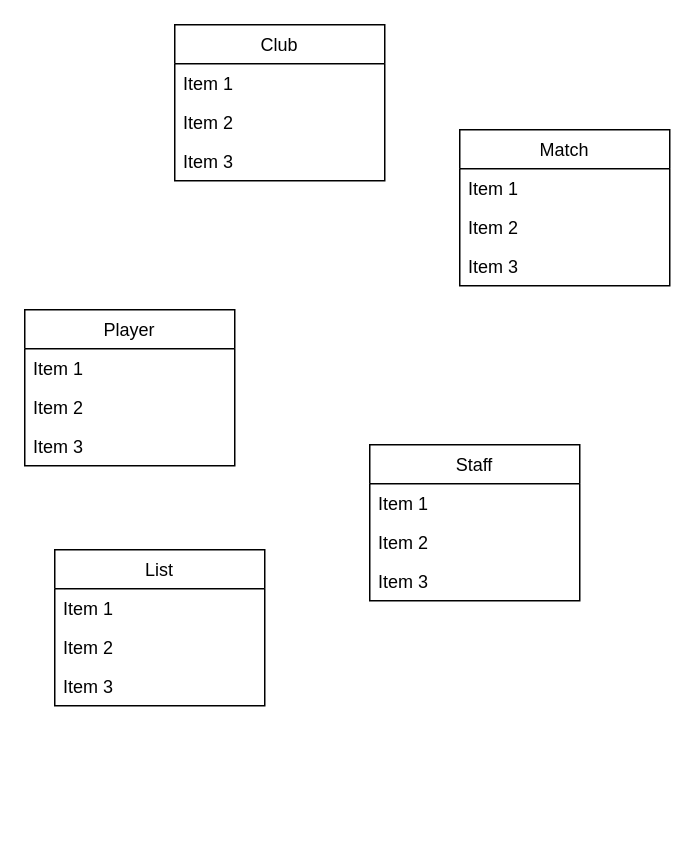
Above: er-diagram/er-diagram.drawio in kuchyx/EDABA-LAB (draw.io), before the change. Source tidied: cells renumbered, new cells numbered last; positions are measured from the earlier drawing's top-left corner, leaving out a move shared by most shapes. Both pictures are drawn from the tidied source at 150%, with x=0, y=0 at pixel (24, 24).
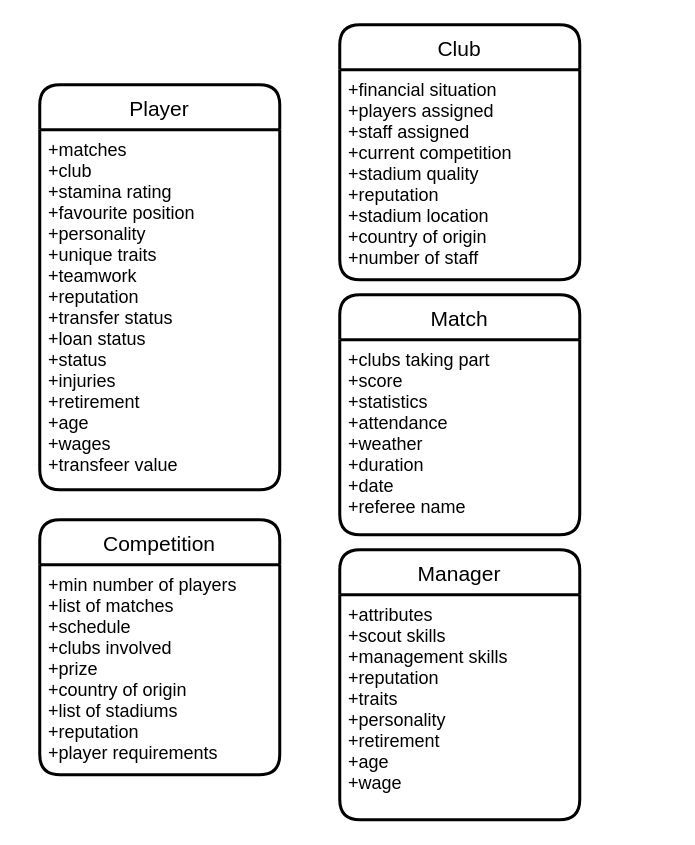
Above is the later version.

The edit, as a diff of the source:
```diff
@@
-    <mxCell id="2" value="Player" style="swimlane;fontStyle=0;horizontal=1;startSize=26;fillColor=none;" parent="1" vertex="1">
-      <mxGeometry y="190" width="140" height="104" as="geometry" />
+    <mxCell id="2" value="Player" style="swimlane;horizontal=1;startSize=30;rounded=1;fontSize=14;fontStyle=0;strokeWidth=2;shadow=0;dashed=0;align=center;" parent="1" vertex="1">
+      <mxGeometry x="10" y="40" width="160" height="270" as="geometry" />
     </mxCell>
-    <mxCell id="3" value="Item 1" style="text;strokeColor=none;fillColor=none;align=left;verticalAlign=top;spacingLeft=4;spacingRight=4;overflow=hidden;" parent="2" vertex="1">
-      <mxGeometry y="26" width="140" height="26" as="geometry" />
-    </mxCell>
-    <mxCell id="4" value="Item 2" style="text;strokeColor=none;fillColor=none;align=left;verticalAlign=top;spacingLeft=4;spacingRight=4;overflow=hidden;" parent="2" vertex="1">
-      <mxGeometry y="52" width="140" height="26" as="geometry" />
-    </mxCell>
-    <mxCell id="5" value="Item 3" style="text;strokeColor=none;fillColor=none;align=left;verticalAlign=top;spacingLeft=4;spacingRight=4;overflow=hidden;" parent="2" vertex="1">
-      <mxGeometry y="78" width="140" height="26" as="geometry" />
-    </mxCell>
+    <mxCell id="22" value="+matches&#10;+club&#10;+stamina rating&#10;+favourite position&#10;+personality&#10;+unique traits&#10;+teamwork&#10;+reputation&#10;+transfer status&#10;+loan status&#10;+status&#10;+injuries&#10;+retirement&#10;+age&#10;+wages&#10;+transfeer value" style="align=left;strokeColor=none;fillColor=none;spacingLeft=4;fontSize=12;verticalAlign=top;" parent="2" vertex="1">
+      <mxGeometry y="30" width="160" height="240" as="geometry" />
+    </mxCell>
-    <mxCell id="6" value="Club" style="swimlane;fontStyle=0;horizontal=1;startSize=26;fillColor=none;" parent="1" vertex="1">
-      <mxGeometry x="100" width="140" height="104" as="geometry" />
+    <mxCell id="6" value="Club" style="swimlane;horizontal=1;startSize=30;rounded=1;fontSize=14;fontStyle=0;strokeWidth=2;shadow=0;dashed=0;align=center;" parent="1" vertex="1">
+      <mxGeometry x="210" width="160" height="170" as="geometry" />
     </mxCell>
-    <mxCell id="7" value="Item 1" style="text;strokeColor=none;fillColor=none;align=left;verticalAlign=top;spacingLeft=4;spacingRight=4;overflow=hidden;" parent="6" vertex="1">
-      <mxGeometry y="26" width="140" height="26" as="geometry" />
-    </mxCell>
-    <mxCell id="8" value="Item 2" style="text;strokeColor=none;fillColor=none;align=left;verticalAlign=top;spacingLeft=4;spacingRight=4;overflow=hidden;" parent="6" vertex="1">
-      <mxGeometry y="52" width="140" height="26" as="geometry" />
-    </mxCell>
-    <mxCell id="9" value="Item 3" style="text;strokeColor=none;fillColor=none;align=left;verticalAlign=top;spacingLeft=4;spacingRight=4;overflow=hidden;" parent="6" vertex="1">
-      <mxGeometry y="78" width="140" height="26" as="geometry" />
-    </mxCell>
+    <mxCell id="23" value="+financial situation&#10;+players assigned&#10;+staff assigned&#10;+current competition&#10;+stadium quality&#10;+reputation&#10;+stadium location&#10;+country of origin&#10;+number of staff" style="align=left;strokeColor=none;fillColor=none;spacingLeft=4;fontSize=12;verticalAlign=top;" parent="6" vertex="1">
+      <mxGeometry y="30" width="160" height="140" as="geometry" />
+    </mxCell>
-    <mxCell id="10" value="Match" style="swimlane;fontStyle=0;horizontal=1;startSize=26;fillColor=none;" parent="1" vertex="1">
-      <mxGeometry x="290" y="70" width="140" height="104" as="geometry" />
+    <mxCell id="10" value="Match" style="swimlane;horizontal=1;startSize=30;rounded=1;fontSize=14;fontStyle=0;strokeWidth=2;shadow=0;dashed=0;align=center;" parent="1" vertex="1">
+      <mxGeometry x="210" y="180" width="160" height="160" as="geometry" />
     </mxCell>
-    <mxCell id="11" value="Item 1" style="text;strokeColor=none;fillColor=none;align=left;verticalAlign=top;spacingLeft=4;spacingRight=4;overflow=hidden;" parent="10" vertex="1">
-      <mxGeometry y="26" width="140" height="26" as="geometry" />
-    </mxCell>
-    <mxCell id="12" value="Item 2" style="text;strokeColor=none;fillColor=none;align=left;verticalAlign=top;spacingLeft=4;spacingRight=4;overflow=hidden;" parent="10" vertex="1">
-      <mxGeometry y="52" width="140" height="26" as="geometry" />
-    </mxCell>
-    <mxCell id="13" value="Item 3" style="text;strokeColor=none;fillColor=none;align=left;verticalAlign=top;spacingLeft=4;spacingRight=4;overflow=hidden;" parent="10" vertex="1">
-      <mxGeometry y="78" width="140" height="26" as="geometry" />
-    </mxCell>
-    <mxCell id="14" value="Staff" style="swimlane;fontStyle=0;horizontal=1;startSize=26;fillColor=none;" parent="1" vertex="1">
-      <mxGeometry x="230" y="280" width="140" height="104" as="geometry" />
-    </mxCell>
-    <mxCell id="15" value="Item 1" style="text;strokeColor=none;fillColor=none;align=left;verticalAlign=top;spacingLeft=4;spacingRight=4;overflow=hidden;" parent="14" vertex="1">
-      <mxGeometry y="26" width="140" height="26" as="geometry" />
-    </mxCell>
-    <mxCell id="16" value="Item 2" style="text;strokeColor=none;fillColor=none;align=left;verticalAlign=top;spacingLeft=4;spacingRight=4;overflow=hidden;" parent="14" vertex="1">
-      <mxGeometry y="52" width="140" height="26" as="geometry" />
-    </mxCell>
-    <mxCell id="17" value="Item 3" style="text;strokeColor=none;fillColor=none;align=left;verticalAlign=top;spacingLeft=4;spacingRight=4;overflow=hidden;" parent="14" vertex="1">
-      <mxGeometry y="78" width="140" height="26" as="geometry" />
-    </mxCell>
-    <mxCell id="18" value="List" style="swimlane;fontStyle=0;horizontal=1;startSize=26;fillColor=none;" parent="1" vertex="1">
-      <mxGeometry x="20" y="350" width="140" height="104" as="geometry" />
-    </mxCell>
-    <mxCell id="19" value="Item 1" style="text;strokeColor=none;fillColor=none;align=left;verticalAlign=top;spacingLeft=4;spacingRight=4;overflow=hidden;" parent="18" vertex="1">
-      <mxGeometry y="26" width="140" height="26" as="geometry" />
-    </mxCell>
-    <mxCell id="20" value="Item 2" style="text;strokeColor=none;fillColor=none;align=left;verticalAlign=top;spacingLeft=4;spacingRight=4;overflow=hidden;" parent="18" vertex="1">
-      <mxGeometry y="52" width="140" height="26" as="geometry" />
-    </mxCell>
-    <mxCell id="21" value="Item 3" style="text;strokeColor=none;fillColor=none;align=left;verticalAlign=top;spacingLeft=4;spacingRight=4;overflow=hidden;" parent="18" vertex="1">
-      <mxGeometry y="78" width="140" height="26" as="geometry" />
-    </mxCell>
+    <mxCell id="24" value="+clubs taking part&#10;+score&#10;+statistics&#10;+attendance&#10;+weather&#10;+duration&#10;+date&#10;+referee name" style="align=left;strokeColor=none;fillColor=none;spacingLeft=4;fontSize=12;verticalAlign=top;" parent="10" vertex="1">
+      <mxGeometry y="30" width="160" height="130" as="geometry" />
+    </mxCell>
+    <mxCell id="25" value="Manager" style="swimlane;horizontal=1;startSize=30;rounded=1;fontSize=14;fontStyle=0;strokeWidth=2;shadow=0;dashed=0;align=center;" parent="1" vertex="1">
+      <mxGeometry x="210" y="350" width="160" height="180" as="geometry" />
+    </mxCell>
+    <mxCell id="26" value="+attributes&#10;+scout skills&#10;+management skills&#10;+reputation&#10;+traits&#10;+personality&#10;+retirement&#10;+age&#10;+wage" style="align=left;strokeColor=none;fillColor=none;spacingLeft=4;fontSize=12;verticalAlign=top;" parent="25" vertex="1">
+      <mxGeometry y="30" width="160" height="150" as="geometry" />
+    </mxCell>
+    <mxCell id="27" value="Competition" style="swimlane;horizontal=1;startSize=30;rounded=1;fontSize=14;fontStyle=0;strokeWidth=2;shadow=0;dashed=0;align=center;" parent="1" vertex="1">
+      <mxGeometry x="10" y="330" width="160" height="170" as="geometry" />
+    </mxCell>
+    <mxCell id="28" value="+min number of players&#10;+list of matches&#10;+schedule&#10;+clubs involved&#10;+prize&#10;+country of origin&#10;+list of stadiums&#10;+reputation&#10;+player requirements" style="align=left;strokeColor=none;fillColor=none;spacingLeft=4;fontSize=12;verticalAlign=top;" parent="27" vertex="1">
+      <mxGeometry y="30" width="160" height="140" as="geometry" />
+    </mxCell>
```
